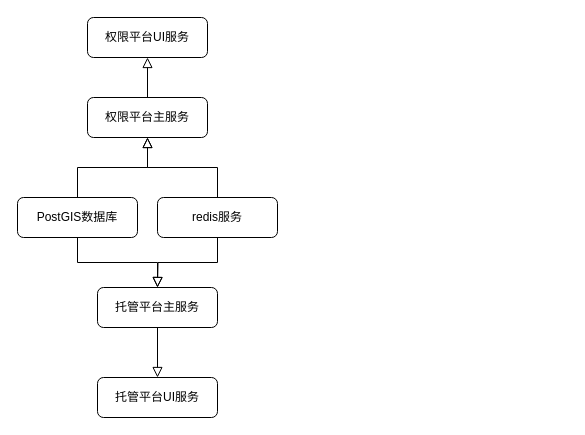
Earlier version of the draw.io diagram spatial-data-manager-docker.drawio (ninexy/SpringcloudConfig-1). Source tidied: cells renumbered, new cells numbered last; positions are measured from the earlier drawing's top-left corner, leaving out a move shared by most shapes. Both pictures are drawn from the tidied source at 100%, with x=0, y=0 at pixel (17, 17).
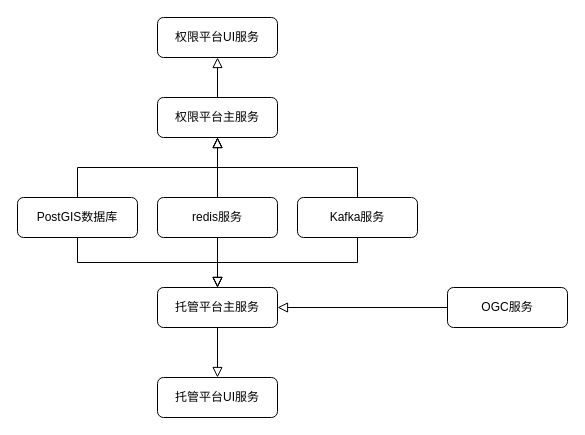
After the change.

Change to the diagram source:
```diff
@@
 <mxGraphModel>
   <root>
     <mxCell id="0" />
     <mxCell id="1" parent="0" />
     <mxCell id="2" style="rounded=0;html=1;jettySize=auto;fontSize=11;endArrow=block;endFill=0;endSize=8;strokeWidth=1;shadow=0;labelBackgroundColor=none;edgeStyle=orthogonalEdgeStyle;exitX=0.5;exitY=1;exitDx=0;exitDy=0;entryX=0.5;entryY=0;entryDx=0;entryDy=0;" parent="1" edge="1" source="4" target="3">
       <mxGeometry relative="1" as="geometry" />
     </mxCell>
     <mxCell id="3" value="托管平台UI服务" style="rounded=1;whiteSpace=wrap;html=1;fontSize=12;glass=0;strokeWidth=1;shadow=0;" parent="1" vertex="1">
-      <mxGeometry x="80" y="360" width="120" height="40" as="geometry" />
+      <mxGeometry x="140" y="360" width="120" height="40" as="geometry" />
     </mxCell>
     <mxCell id="4" value="托管平台主服务" style="rounded=1;whiteSpace=wrap;html=1;fontSize=12;glass=0;strokeWidth=1;shadow=0;" parent="1" vertex="1">
-      <mxGeometry x="80" y="270" width="120" height="40" as="geometry" />
+      <mxGeometry x="140" y="270" width="120" height="40" as="geometry" />
     </mxCell>
     <mxCell id="5" style="edgeStyle=orthogonalEdgeStyle;rounded=0;jettySize=auto;html=1;exitX=0.5;exitY=1;exitDx=0;exitDy=0;entryX=0.5;entryY=0;entryDx=0;entryDy=0;shadow=0;labelBackgroundColor=none;endArrow=block;endFill=0;endSize=8;strokeWidth=1;" parent="1" edge="1" source="7" target="4">
       <mxGeometry relative="1" as="geometry" />
     </mxCell>
     <mxCell id="6" style="edgeStyle=orthogonalEdgeStyle;rounded=0;jettySize=auto;html=1;exitX=0.5;exitY=0;exitDx=0;exitDy=0;shadow=0;labelBackgroundColor=none;endArrow=block;endFill=0;endSize=8;strokeWidth=1;" parent="1" edge="1" source="7" target="12">
       <mxGeometry relative="1" as="geometry" />
     </mxCell>
     <mxCell id="7" value="PostGIS数据库" style="rounded=1;whiteSpace=wrap;html=1;fontSize=12;glass=0;strokeWidth=1;shadow=0;" parent="1" vertex="1">
       <mxGeometry y="180" width="120" height="40" as="geometry" />
     </mxCell>
-    <mxCell id="8" style="edgeStyle=orthogonalEdgeStyle;rounded=0;jettySize=auto;html=1;exitX=0.5;exitY=1;exitDx=0;exitDy=0;shadow=0;labelBackgroundColor=none;endArrow=block;endFill=0;endSize=8;strokeWidth=1;" parent="1" edge="1" source="10">
-      <mxGeometry relative="1" as="geometry">
-        <mxPoint x="140" y="270" as="targetPoint" />
-      </mxGeometry>
+    <mxCell id="8" style="edgeStyle=orthogonalEdgeStyle;rounded=0;jettySize=auto;html=1;exitX=0.5;exitY=1;exitDx=0;exitDy=0;shadow=0;labelBackgroundColor=none;endArrow=block;endFill=0;endSize=8;strokeWidth=1;entryX=0.5;entryY=0;entryDx=0;entryDy=0;" parent="1" edge="1" source="10" target="4">
+      <mxGeometry relative="1" as="geometry" />
     </mxCell>
     <mxCell id="9" style="edgeStyle=orthogonalEdgeStyle;rounded=0;jettySize=auto;html=1;exitX=0.5;exitY=0;exitDx=0;exitDy=0;entryX=0.5;entryY=1;entryDx=0;entryDy=0;shadow=0;labelBackgroundColor=none;endArrow=block;endFill=0;endSize=8;strokeWidth=1;" parent="1" edge="1" source="10" target="12">
       <mxGeometry relative="1" as="geometry" />
     </mxCell>
     <mxCell id="10" value="redis服务" style="rounded=1;whiteSpace=wrap;html=1;fontSize=12;glass=0;strokeWidth=1;shadow=0;" parent="1" vertex="1">
       <mxGeometry x="140" y="180" width="120" height="40" as="geometry" />
     </mxCell>
     <mxCell id="11" style="edgeStyle=orthogonalEdgeStyle;rounded=0;jettySize=auto;html=1;exitX=0.5;exitY=0;exitDx=0;exitDy=0;entryX=0.5;entryY=1;entryDx=0;entryDy=0;shadow=0;labelBackgroundColor=none;endArrow=block;endFill=0;endSize=8;strokeWidth=1;" parent="1" edge="1" source="12" target="13">
       <mxGeometry relative="1" as="geometry" />
     </mxCell>
     <mxCell id="12" value="权限平台主服务" style="rounded=1;whiteSpace=wrap;html=1;fontSize=12;glass=0;strokeWidth=1;shadow=0;" parent="1" vertex="1">
-      <mxGeometry x="70" y="80" width="120" height="40" as="geometry" />
+      <mxGeometry x="140" y="80" width="120" height="40" as="geometry" />
     </mxCell>
     <mxCell id="13" value="权限平台UI服务" style="rounded=1;whiteSpace=wrap;html=1;fontSize=12;glass=0;strokeWidth=1;shadow=0;" parent="1" vertex="1">
-      <mxGeometry x="70" width="120" height="40" as="geometry" />
+      <mxGeometry x="140" width="120" height="40" as="geometry" />
     </mxCell>
+    <mxCell id="14" style="edgeStyle=orthogonalEdgeStyle;rounded=0;jettySize=auto;html=1;exitX=0;exitY=0.5;exitDx=0;exitDy=0;entryX=1;entryY=0.5;entryDx=0;entryDy=0;shadow=0;labelBackgroundColor=none;endArrow=block;endFill=0;endSize=8;strokeWidth=1;" parent="1" edge="1" source="15" target="4">
+      <mxGeometry relative="1" as="geometry" />
+    </mxCell>
+    <mxCell id="15" value="OGC服务" style="rounded=1;whiteSpace=wrap;html=1;fontSize=12;glass=0;strokeWidth=1;shadow=0;" parent="1" vertex="1">
+      <mxGeometry x="430" y="270" width="120" height="40" as="geometry" />
+    </mxCell>
+    <mxCell id="16" style="edgeStyle=orthogonalEdgeStyle;rounded=0;jettySize=auto;html=1;exitX=0.5;exitY=0;exitDx=0;exitDy=0;entryX=0.5;entryY=1;entryDx=0;entryDy=0;shadow=0;labelBackgroundColor=none;endArrow=block;endFill=0;endSize=8;strokeWidth=1;" parent="1" edge="1" source="18" target="12">
+      <mxGeometry relative="1" as="geometry" />
+    </mxCell>
+    <mxCell id="17" style="edgeStyle=orthogonalEdgeStyle;rounded=0;jettySize=auto;html=1;exitX=0.5;exitY=1;exitDx=0;exitDy=0;shadow=0;labelBackgroundColor=none;endArrow=block;endFill=0;endSize=8;strokeWidth=1;entryX=0.5;entryY=0;entryDx=0;entryDy=0;" parent="1" edge="1" source="18" target="4">
+      <mxGeometry relative="1" as="geometry" />
+    </mxCell>
+    <mxCell id="18" value="Kafka服务" style="rounded=1;whiteSpace=wrap;html=1;fontSize=12;glass=0;strokeWidth=1;shadow=0;" parent="1" vertex="1">
+      <mxGeometry x="280" y="180" width="120" height="40" as="geometry" />
+    </mxCell>
   </root>
 </mxGraphModel>
```
